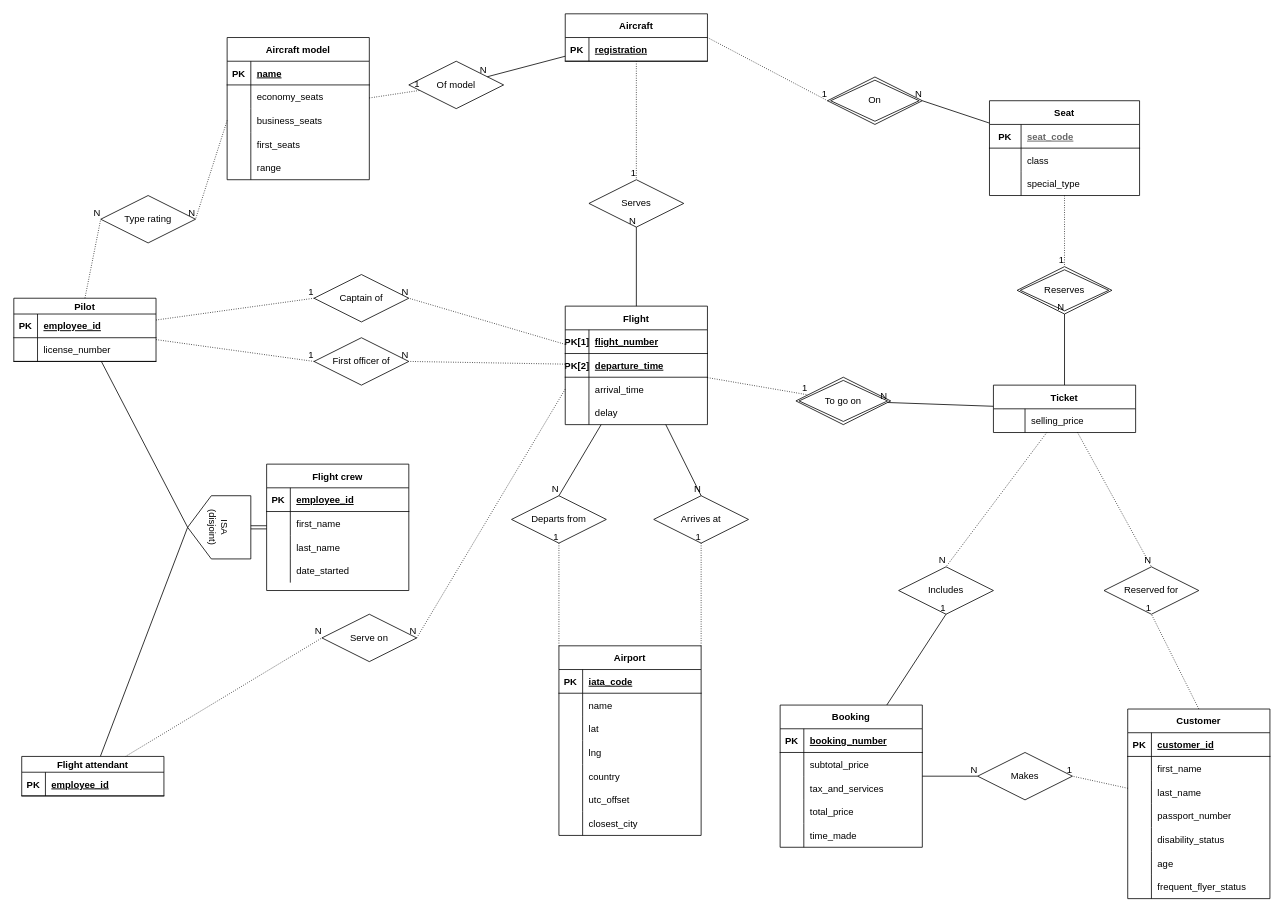
Before: Airline system ER diagram.drawio in lyulka/comp3278, a draw.io diagram. Source tidied: cells renumbered, new cells numbered last; positions are measured from the earlier drawing's top-left corner, leaving out a move shared by most shapes. Both pictures are drawn from the tidied source at 79%, with x=0, y=0 at pixel (13, 13).
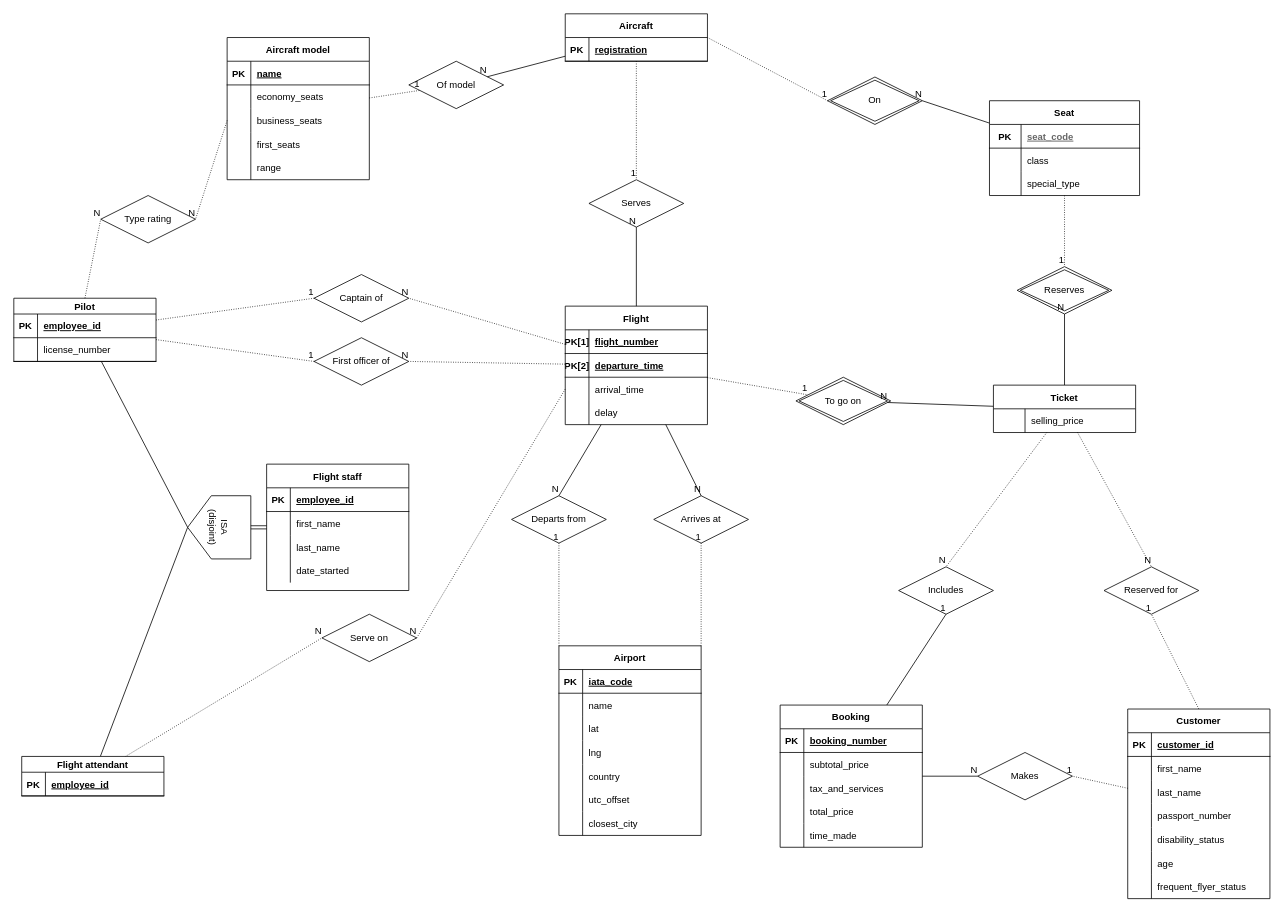
Above is the later version.

Diff of the diagram source:
```diff
@@
-    <mxCell id="155" value="Flight crew" style="shape=table;startSize=30;childLayout=tableLayout;rowLines=0;fontStyle=1;align=center;fontColor=#000000;html=0;" parent="1" vertex="1">
+    <mxCell id="155" value="Flight staff" style="shape=table;startSize=30;childLayout=tableLayout;rowLines=0;fontStyle=1;align=center;fontColor=#000000;html=0;" parent="1" vertex="1">
       <mxGeometry x="320" y="570" width="180" height="160" as="geometry" />
     </mxCell>
```
